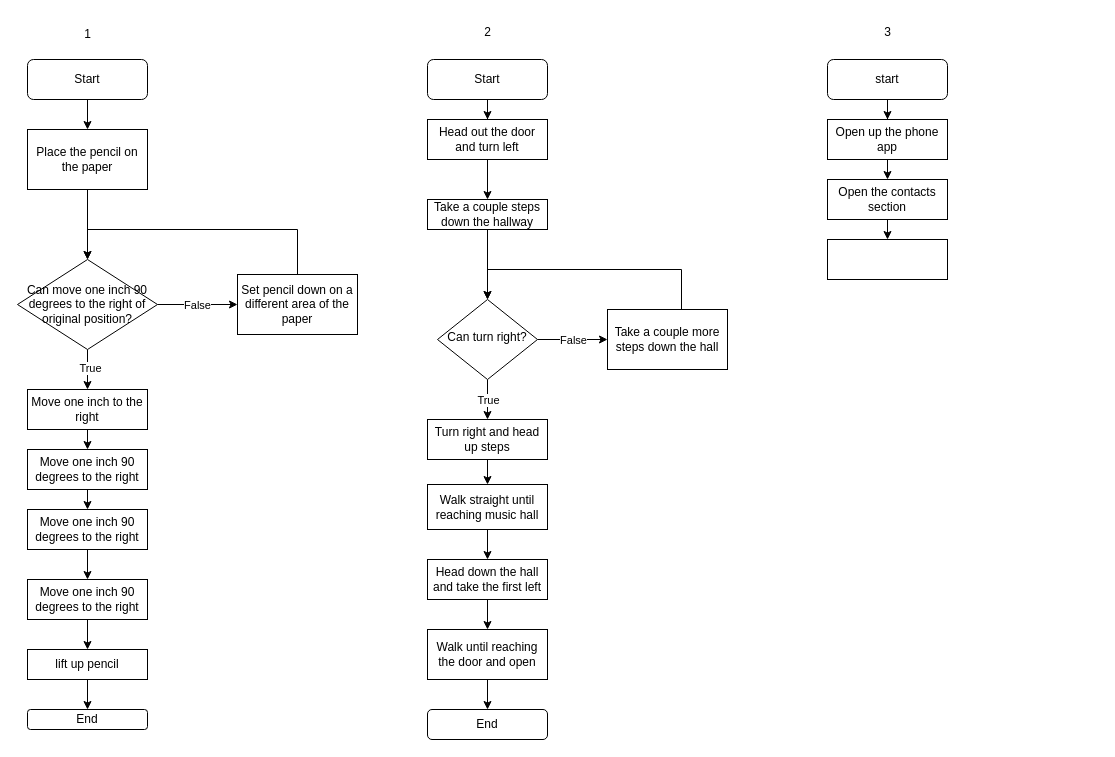
Earlier version of the draw.io diagram Untitled Diagram.drawio (RileeyL/Flowchart). Source tidied: cells renumbered, new cells numbered last; positions are measured from the earlier drawing's top-left corner, leaving out a move shared by most shapes. Both pictures are drawn from the tidied source at 100%, with x=0, y=0 at pixel (17, 17).
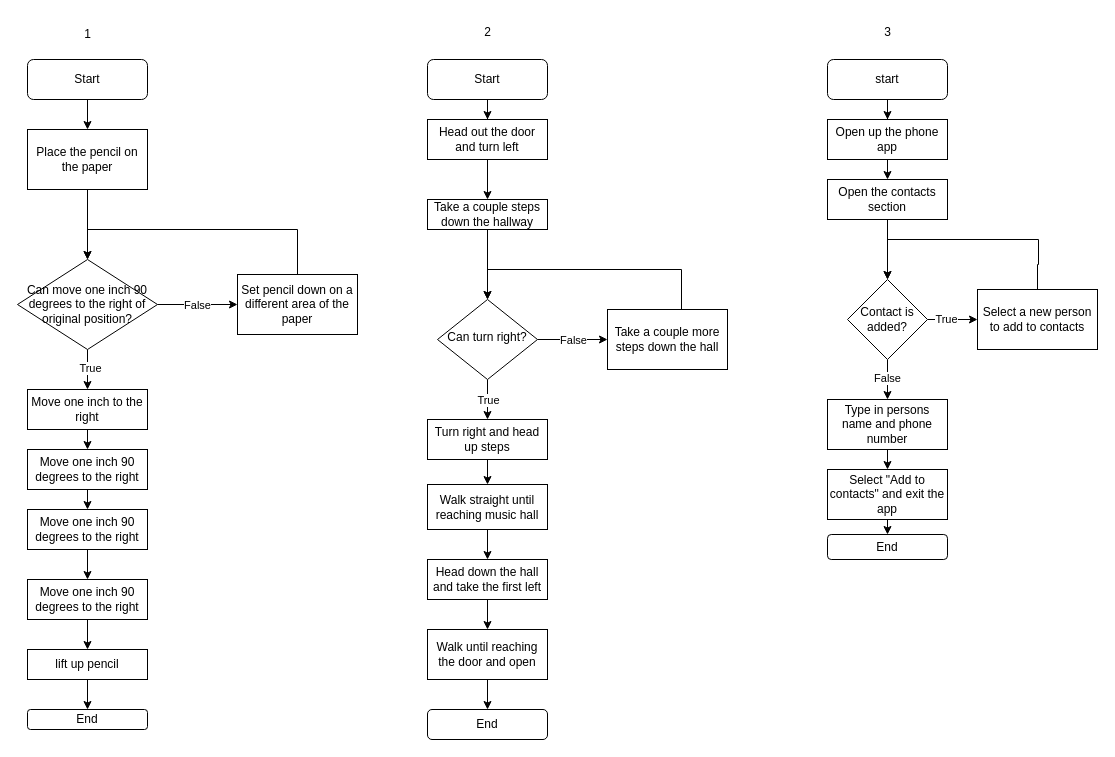
After the change.

Unchanged cells that the change refers to:
```xml
<mxCell id="55" value="Open the contacts section" style="rounded=0;whiteSpace=wrap;html=1;" parent="1" vertex="1">
  <mxGeometry x="810" y="162" width="120" height="40" as="geometry" />
</mxCell>
```

Change to the diagram source:
```diff
@@
-    <mxCell id="54" style="edgeStyle=orthogonalEdgeStyle;rounded=0;jettySize=auto;html=1;exitX=0.5;exitY=1;exitDx=0;exitDy=0;entryX=0.5;entryY=0;entryDx=0;entryDy=0;" parent="1" edge="1" source="55" target="56">
+    <mxCell id="54" style="edgeStyle=orthogonalEdgeStyle;rounded=0;jettySize=auto;html=1;exitX=0.5;exitY=1;exitDx=0;exitDy=0;entryX=0.5;entryY=0;entryDx=0;entryDy=0;" parent="1" edge="1" source="55" target="61">
       <mxGeometry relative="1" as="geometry" />
     </mxCell>
@@
-    <mxCell id="56" style="rounded=0;whiteSpace=wrap;html=1;" parent="1" vertex="1">
-      <mxGeometry x="810" y="222" width="120" height="40" as="geometry" />
-    </mxCell>
+    <mxCell id="57" style="edgeStyle=orthogonalEdgeStyle;rounded=0;jettySize=auto;html=1;exitX=0.5;exitY=1;exitDx=0;exitDy=0;entryX=0.5;entryY=0;entryDx=0;entryDy=0;" parent="1" edge="1" source="61" target="63">
+      <mxGeometry relative="1" as="geometry" />
+    </mxCell>
+    <mxCell id="58" value="False" style="edgeLabel;html=1;align=center;verticalAlign=middle;" parent="57" vertex="1">
+      <mxGeometry x="-0.1" y="-1" relative="1" as="geometry" />
+    </mxCell>
+    <mxCell id="59" style="edgeStyle=orthogonalEdgeStyle;rounded=0;jettySize=auto;html=1;exitX=1;exitY=0.5;exitDx=0;exitDy=0;entryX=0;entryY=0.5;entryDx=0;entryDy=0;" parent="1" edge="1" source="61">
+      <mxGeometry relative="1" as="geometry">
+        <mxPoint x="960" y="302" as="targetPoint" />
+      </mxGeometry>
+    </mxCell>
+    <mxCell id="60" value="True" style="edgeLabel;html=1;align=center;verticalAlign=middle;" parent="59" vertex="1">
+      <mxGeometry x="-0.3" y="1" relative="1" as="geometry" />
+    </mxCell>
+    <mxCell id="61" value="Contact is added?" style="rhombus;whiteSpace=wrap;html=1;" parent="1" vertex="1">
+      <mxGeometry x="830" y="262" width="80" height="80" as="geometry" />
+    </mxCell>
+    <mxCell id="62" style="edgeStyle=orthogonalEdgeStyle;rounded=0;jettySize=auto;html=1;exitX=0.5;exitY=1;exitDx=0;exitDy=0;entryX=0.5;entryY=0;entryDx=0;entryDy=0;" parent="1" edge="1" source="63" target="67">
+      <mxGeometry relative="1" as="geometry" />
+    </mxCell>
+    <mxCell id="63" value="Type in persons name and phone number" style="rounded=0;whiteSpace=wrap;html=1;" parent="1" vertex="1">
+      <mxGeometry x="810" y="382" width="120" height="50" as="geometry" />
+    </mxCell>
+    <mxCell id="64" style="edgeStyle=orthogonalEdgeStyle;rounded=0;jettySize=auto;html=1;" parent="1" edge="1" source="65">
+      <mxGeometry relative="1" as="geometry">
+        <mxPoint x="870" y="262" as="targetPoint" />
+        <Array as="points">
+          <mxPoint x="1020" y="247" />
+          <mxPoint x="1021" y="247" />
+          <mxPoint x="1021" y="222" />
+        </Array>
+      </mxGeometry>
+    </mxCell>
+    <mxCell id="65" value="Select a new person to add to contacts" style="rounded=0;whiteSpace=wrap;html=1;" parent="1" vertex="1">
+      <mxGeometry x="960" y="272" width="120" height="60" as="geometry" />
+    </mxCell>
+    <mxCell id="66" style="edgeStyle=orthogonalEdgeStyle;rounded=0;jettySize=auto;html=1;exitX=0.5;exitY=1;exitDx=0;exitDy=0;entryX=0.5;entryY=0;entryDx=0;entryDy=0;" parent="1" edge="1" source="67" target="68">
+      <mxGeometry relative="1" as="geometry" />
+    </mxCell>
+    <mxCell id="67" value="Select &quot;Add to contacts&quot; and exit the app" style="rounded=0;whiteSpace=wrap;html=1;" parent="1" vertex="1">
+      <mxGeometry x="810" y="452" width="120" height="50" as="geometry" />
+    </mxCell>
+    <mxCell id="68" value="End" style="rounded=1;whiteSpace=wrap;html=1;" parent="1" vertex="1">
+      <mxGeometry x="810" y="517" width="120" height="25" as="geometry" />
+    </mxCell>
```
